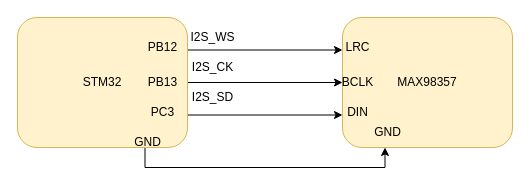
Before: 资料/论文资料/STM32_MAX98357电路.drawio in DongLongWang-Project/My_STM32_Phone, a draw.io diagram. Source tidied: cells renumbered, new cells numbered last; positions are measured from the earlier drawing's top-left corner, leaving out a move shared by most shapes. Both pictures are drawn from the tidied source at 100%, with x=0, y=0 at pixel (17, 17).
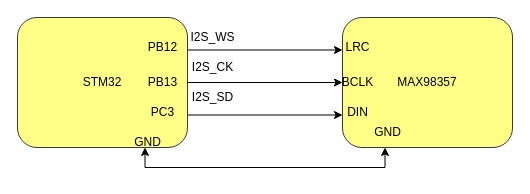
After the change.

Change to the diagram source:
```diff
@@
 <mxGraphModel>
   <root>
     <mxCell id="0" />
     <mxCell id="1" parent="0" />
     <mxCell id="2" style="edgeStyle=orthogonalEdgeStyle;rounded=0;jettySize=auto;html=1;exitX=1;exitY=0.25;exitDx=0;exitDy=0;entryX=0;entryY=0.25;entryDx=0;entryDy=0;" parent="1" edge="1" source="6" target="7">
       <mxGeometry relative="1" as="geometry" />
     </mxCell>
     <mxCell id="3" style="edgeStyle=orthogonalEdgeStyle;rounded=0;jettySize=auto;html=1;exitX=1;exitY=0.5;exitDx=0;exitDy=0;entryX=0;entryY=0.5;entryDx=0;entryDy=0;" parent="1" edge="1" source="6" target="7">
       <mxGeometry relative="1" as="geometry" />
     </mxCell>
     <mxCell id="4" style="edgeStyle=orthogonalEdgeStyle;rounded=0;jettySize=auto;html=1;exitX=1;exitY=0.75;exitDx=0;exitDy=0;entryX=0;entryY=0.75;entryDx=0;entryDy=0;" parent="1" edge="1" source="6" target="7">
       <mxGeometry relative="1" as="geometry" />
     </mxCell>
-    <mxCell id="5" style="edgeStyle=orthogonalEdgeStyle;rounded=0;jettySize=auto;html=1;exitX=0.75;exitY=1;exitDx=0;exitDy=0;entryX=0.25;entryY=1;entryDx=0;entryDy=0;" parent="1" edge="1" source="6" target="7">
+    <mxCell id="5" style="edgeStyle=orthogonalEdgeStyle;rounded=0;jettySize=auto;html=1;exitX=0.75;exitY=1;exitDx=0;exitDy=0;entryX=0.25;entryY=1;entryDx=0;entryDy=0;startArrow=classic;startFill=1;" parent="1" edge="1" source="6" target="7">
       <mxGeometry relative="1" as="geometry" />
     </mxCell>
-    <mxCell id="6" value="STM32" style="rounded=1;whiteSpace=wrap;html=1;fillColor=#fff2cc;strokeColor=#d6b656;align=center;horizontal=1;labelPosition=center;verticalLabelPosition=middle;verticalAlign=middle;labelBackgroundColor=none;" parent="1" vertex="1">
+    <mxCell id="6" value="STM32" style="rounded=1;whiteSpace=wrap;html=1;fillColor=#ffff88;strokeColor=#36393d;align=center;horizontal=1;labelPosition=center;verticalLabelPosition=middle;verticalAlign=middle;labelBackgroundColor=none;" parent="1" vertex="1">
       <mxGeometry width="170" height="130" as="geometry" />
     </mxCell>
-    <mxCell id="7" value="MAX98357" style="rounded=1;whiteSpace=wrap;html=1;fillColor=#fff2cc;strokeColor=#d6b656;align=center;horizontal=1;labelPosition=center;verticalLabelPosition=middle;verticalAlign=middle;labelBackgroundColor=none;" parent="1" vertex="1">
+    <mxCell id="7" value="MAX98357" style="rounded=1;whiteSpace=wrap;html=1;fillColor=#ffff88;strokeColor=#36393d;align=center;horizontal=1;labelPosition=center;verticalLabelPosition=middle;verticalAlign=middle;labelBackgroundColor=none;" parent="1" vertex="1">
       <mxGeometry x="325" width="170" height="130" as="geometry" />
     </mxCell>
     <mxCell id="8" value="I2S_WS" style="text;html=1;align=center;verticalAlign=middle;strokeColor=none;fillColor=none;" parent="1" vertex="1">
       <mxGeometry x="160" y="5" width="70" height="30" as="geometry" />
     </mxCell>
     <mxCell id="9" value="I2S_CK" style="text;html=1;align=center;verticalAlign=middle;strokeColor=none;fillColor=none;" parent="1" vertex="1">
       <mxGeometry x="165" y="35" width="60" height="30" as="geometry" />
     </mxCell>
     <mxCell id="10" value="I2S_SD" style="text;html=1;align=center;verticalAlign=middle;strokeColor=none;fillColor=none;" parent="1" vertex="1">
       <mxGeometry x="165" y="65" width="60" height="30" as="geometry" />
     </mxCell>
     <mxCell id="11" value="PB12" style="text;html=1;align=center;verticalAlign=middle;strokeColor=none;fillColor=none;" parent="1" vertex="1">
       <mxGeometry x="120" y="15" width="50" height="30" as="geometry" />
     </mxCell>
     <mxCell id="12" value="PB13" style="text;html=1;align=center;verticalAlign=middle;strokeColor=none;fillColor=none;" parent="1" vertex="1">
       <mxGeometry x="120" y="50" width="50" height="30" as="geometry" />
     </mxCell>
     <mxCell id="13" value="PC3" style="text;html=1;align=center;verticalAlign=middle;strokeColor=none;fillColor=none;" parent="1" vertex="1">
       <mxGeometry x="120" y="80" width="50" height="30" as="geometry" />
     </mxCell>
     <mxCell id="14" value="LRC" style="text;html=1;align=center;verticalAlign=middle;strokeColor=none;fillColor=none;" parent="1" vertex="1">
       <mxGeometry x="315" y="15" width="50" height="30" as="geometry" />
     </mxCell>
     <mxCell id="15" value="BCLK" style="text;html=1;align=center;verticalAlign=middle;strokeColor=none;fillColor=none;" parent="1" vertex="1">
       <mxGeometry x="315" y="50" width="50" height="30" as="geometry" />
     </mxCell>
     <mxCell id="16" value="DIN" style="text;html=1;align=center;verticalAlign=middle;strokeColor=none;fillColor=none;" parent="1" vertex="1">
       <mxGeometry x="320" y="80" width="40" height="30" as="geometry" />
     </mxCell>
     <mxCell id="17" value="GND" style="text;html=1;align=center;verticalAlign=middle;strokeColor=none;fillColor=none;" parent="1" vertex="1">
       <mxGeometry x="105" y="110" width="50" height="30" as="geometry" />
     </mxCell>
     <mxCell id="18" value="GND" style="text;html=1;align=center;verticalAlign=middle;strokeColor=none;fillColor=none;" parent="1" vertex="1">
       <mxGeometry x="345" y="100" width="50" height="30" as="geometry" />
     </mxCell>
   </root>
 </mxGraphModel>
```
